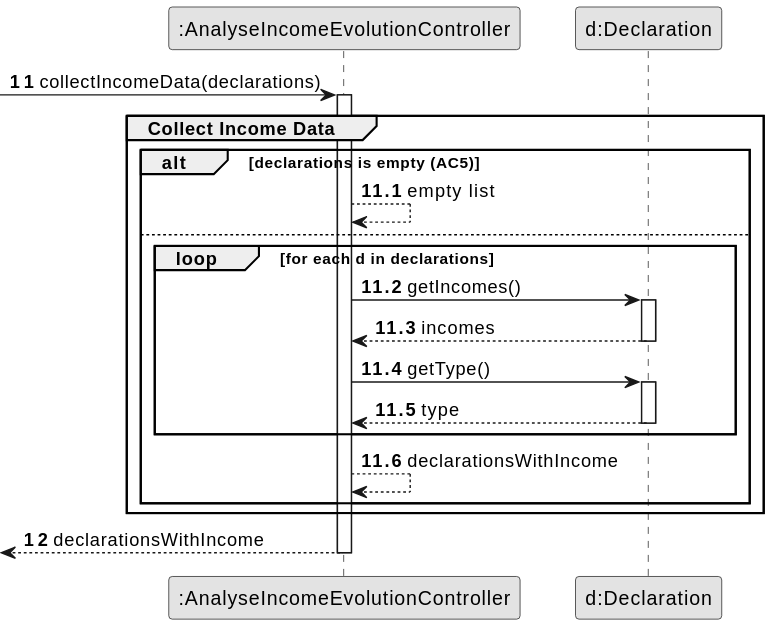
Above: docs/system-documentation/US10/03.design/svg/US10-SD-partial-collect-income-data.svg in brunodspinto/crystal-clear-platform (PlantUML), before the change. The source it was exported from:
```plantuml
@startuml
skinparam monochrome true
skinparam packageStyle rectangle
skinparam shadowing false

autonumber

participant ":AnalyseIncomeEvolutionController" as CTRL
participant "d:Declaration" as DEC

autonumber 11
 -> CTRL : collectIncomeData(declarations)
autonumber 11.1
activate CTRL
    group Collect Income Data

        alt declarations is empty (AC5)
            CTRL --> CTRL : empty list
        else
            loop for each d in declarations
                CTRL -> DEC : getIncomes()
                activate DEC
                    DEC --> CTRL : incomes
                deactivate DEC

                CTRL -> DEC : getType()
                activate DEC
                    DEC --> CTRL : type
                deactivate DEC
            end
            CTRL --> CTRL : declarationsWithIncome
        end

    end
    autonumber 12
    <-- CTRL : declarationsWithIncome
deactivate CTRL
@enduml
```
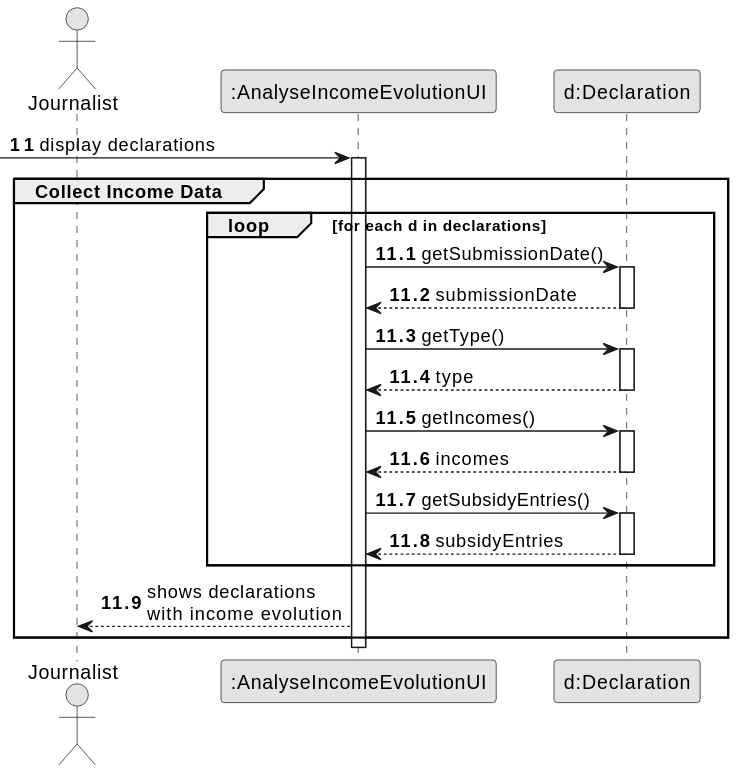
Above is the later version.

Diff of the diagram source:
```diff
@@ -5,34 +5,40 @@
 
 autonumber
 
-participant ":AnalyseIncomeEvolutionController" as CTRL
+actor "Journalist" as Journalist
+participant ":AnalyseIncomeEvolutionUI" as UI
 participant "d:Declaration" as DEC
 
 autonumber 11
- -> CTRL : collectIncomeData(declarations)
+ -> UI : display declarations
 autonumber 11.1
-activate CTRL
+activate UI
     group Collect Income Data
 
-        alt declarations is empty (AC5)
-            CTRL --> CTRL : empty list
-        else
-            loop for each d in declarations
-                CTRL -> DEC : getIncomes()
-                activate DEC
-                    DEC --> CTRL : incomes
-                deactivate DEC
+        loop for each d in declarations
+            UI -> DEC : getSubmissionDate()
+            activate DEC
+                DEC --> UI : submissionDate
+            deactivate DEC
 
-                CTRL -> DEC : getType()
-                activate DEC
-                    DEC --> CTRL : type
-                deactivate DEC
-            end
-            CTRL --> CTRL : declarationsWithIncome
+            UI -> DEC : getType()
+            activate DEC
+                DEC --> UI : type
+            deactivate DEC
+
+            UI -> DEC : getIncomes()
+            activate DEC
+                DEC --> UI : incomes
+            deactivate DEC
+
+            UI -> DEC : getSubsidyEntries()
+            activate DEC
+                DEC --> UI : subsidyEntries
+            deactivate DEC
         end
 
+        UI --> Journalist : shows declarations\nwith income evolution
+
     end
-    autonumber 12
-    <-- CTRL : declarationsWithIncome
-deactivate CTRL
+deactivate UI
 @enduml
```
